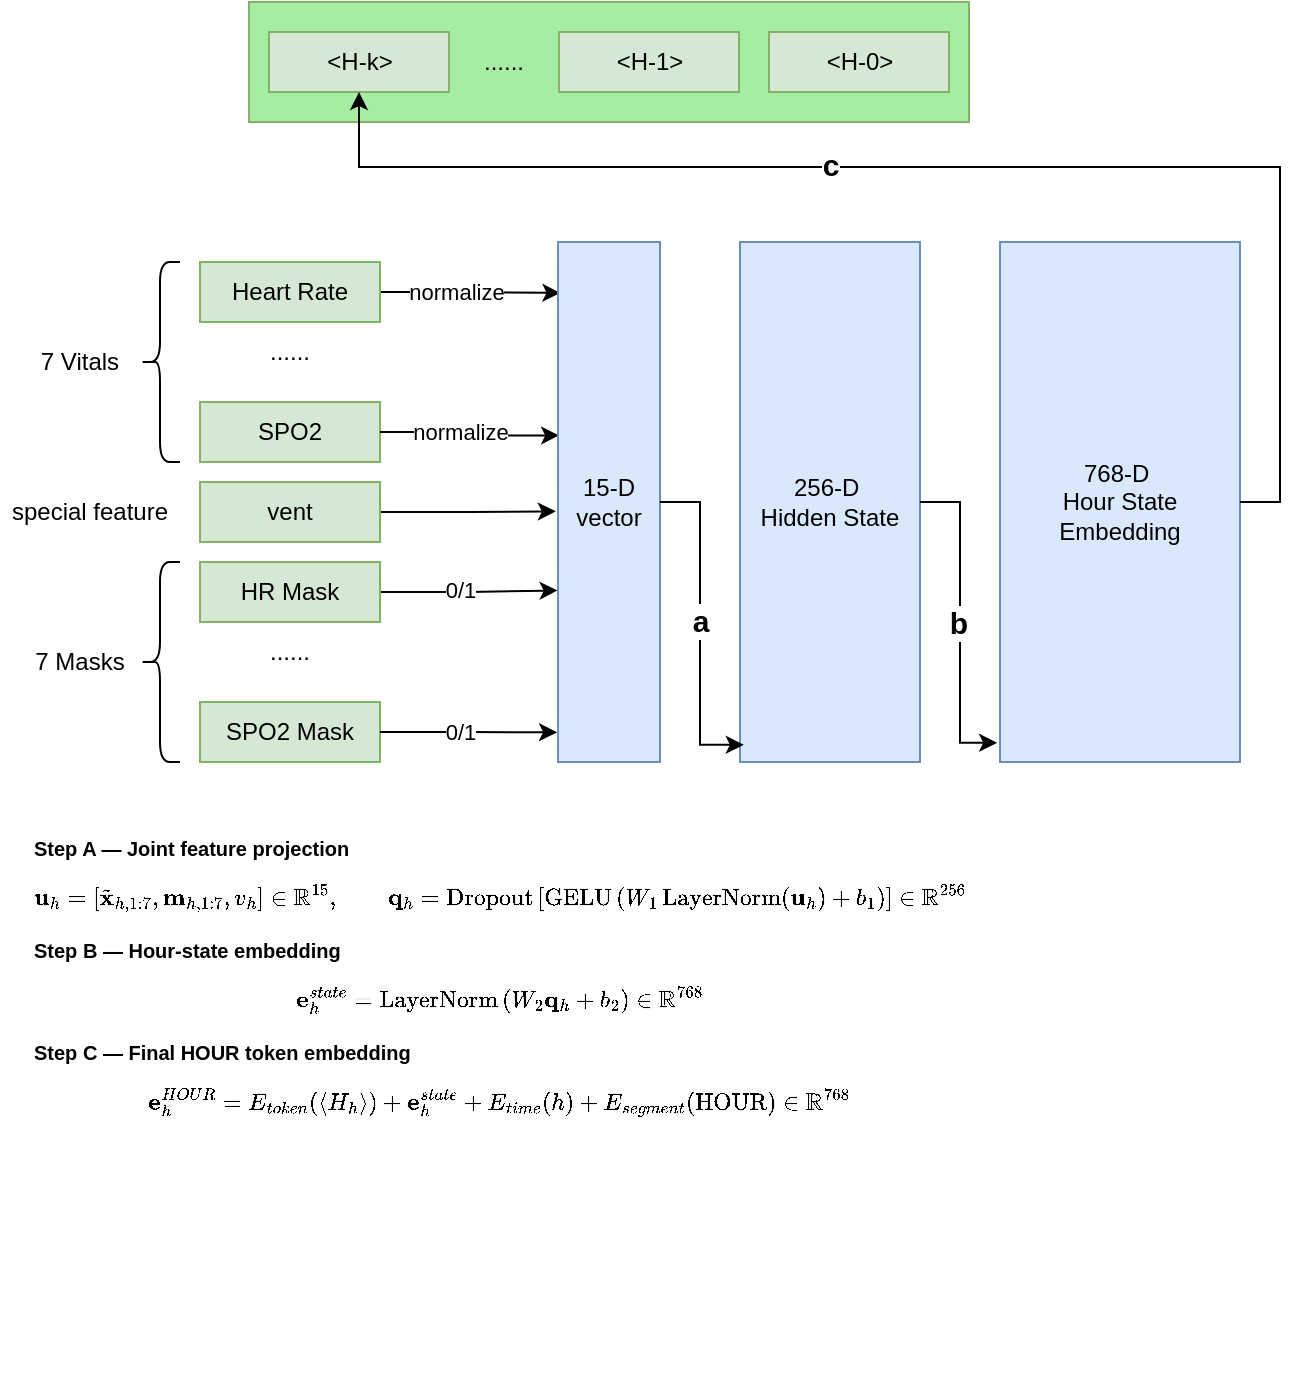
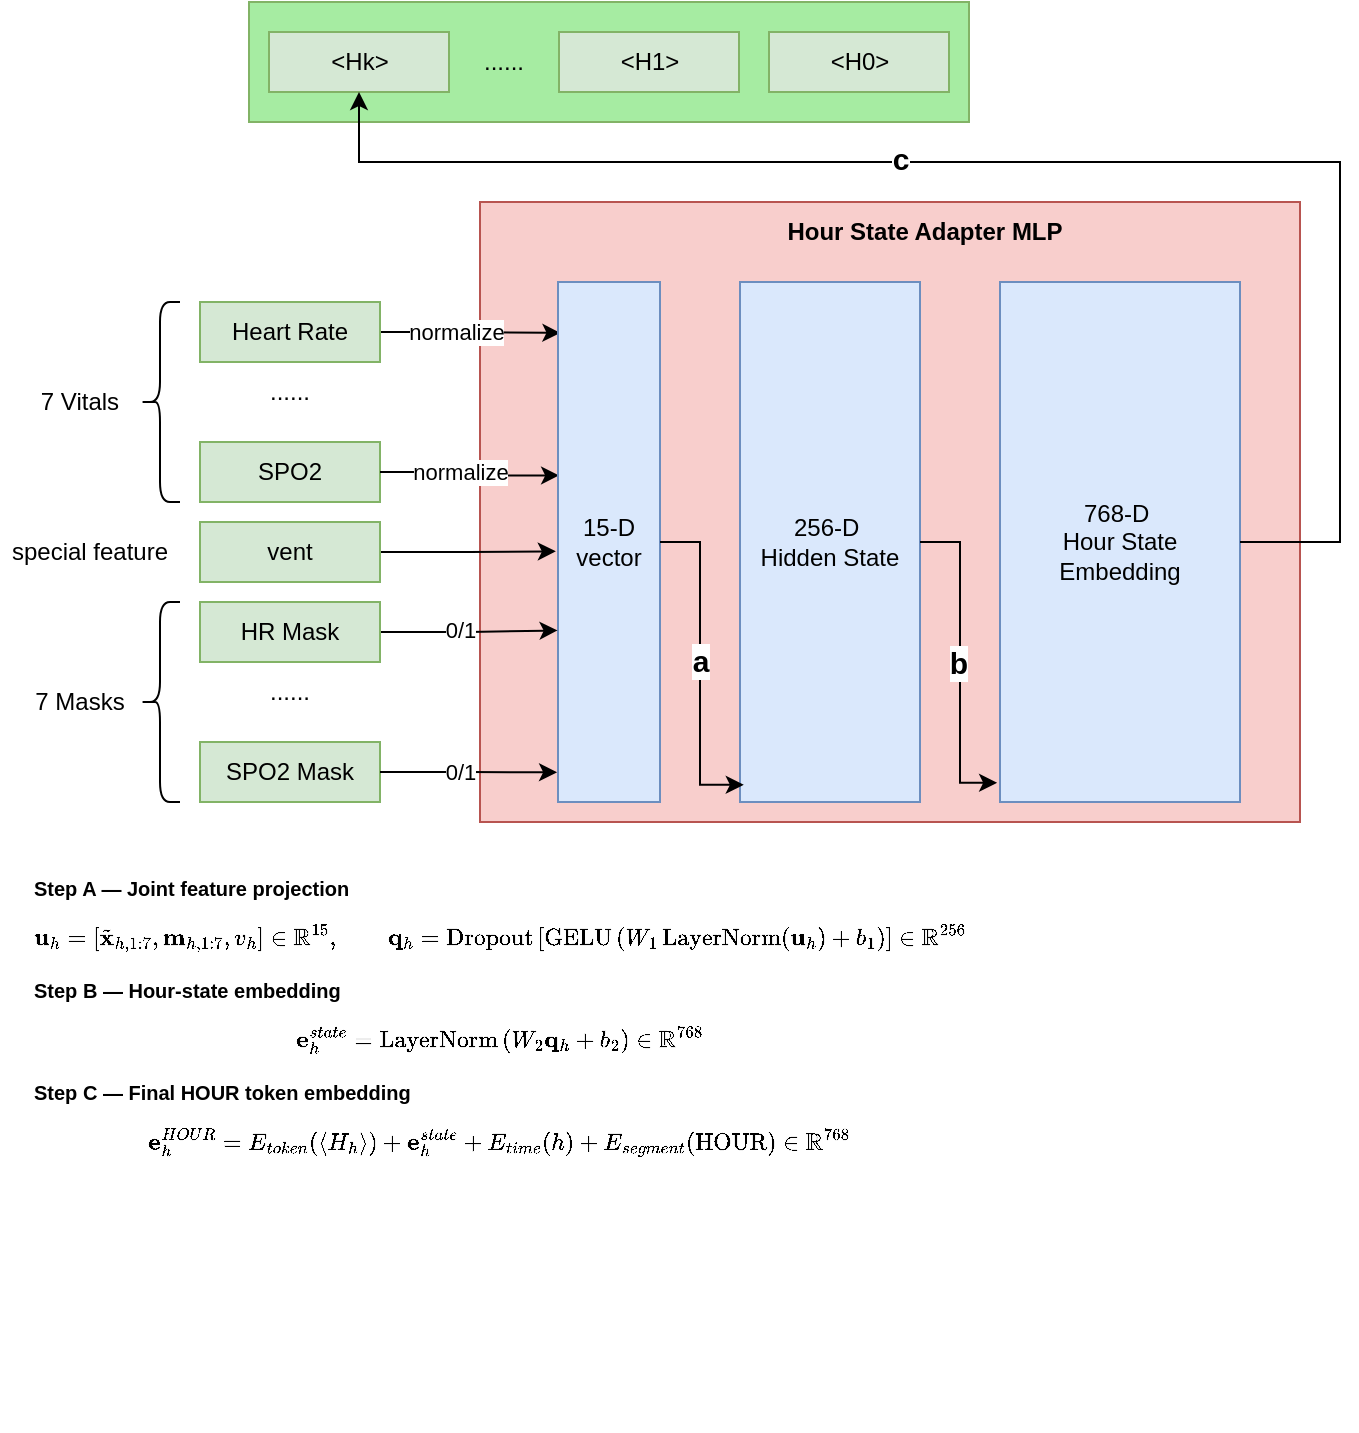
<mxfile host="app.diagrams.net">
  <diagram name="第 1 页" id="nAsU6gyC1mNvlDI-DRoH">
-     <mxGraphModel dx="1012" dy="647" grid="1" gridSize="10" guides="1" tooltips="1" connect="1" arrows="1" fold="1" page="1" pageScale="1" pageWidth="827" pageHeight="1169" math="1" shadow="0">
+     <mxGraphModel dx="344" dy="220" grid="1" gridSize="10" guides="1" tooltips="1" connect="1" arrows="1" fold="1" page="1" pageScale="1" pageWidth="827" pageHeight="1169" math="1" shadow="0">
      <root>
        <mxCell id="0" />
        <mxCell id="1" parent="0" />
+         <mxCell id="kKPQh_yyxQglyLtZ7Z46-71" parent="1" style="rounded=0;whiteSpace=wrap;html=1;fillColor=#f8cecc;strokeColor=#b85450;" value="" vertex="1">
+           <mxGeometry height="310" width="410" x="330" y="130" as="geometry" />
+         </mxCell>
        <mxCell id="kKPQh_yyxQglyLtZ7Z46-4" edge="1" parent="1" source="pDWxXRjlAIgQHcPaZFlJ-1" style="edgeStyle=orthogonalEdgeStyle;rounded=0;orthogonalLoop=1;jettySize=auto;html=1;exitX=1;exitY=0.5;exitDx=0;exitDy=0;entryX=0.024;entryY=0.098;entryDx=0;entryDy=0;entryPerimeter=0;" target="kKPQh_yyxQglyLtZ7Z46-21">
          <mxGeometry relative="1" as="geometry">
            <mxPoint x="380" y="195" as="targetPoint" />
          </mxGeometry>
        </mxCell>
        <mxCell id="kKPQh_yyxQglyLtZ7Z46-18" connectable="0" parent="kKPQh_yyxQglyLtZ7Z46-4" style="edgeLabel;html=1;align=center;verticalAlign=middle;resizable=0;points=[];" value="normalize" vertex="1">
          <mxGeometry relative="1" x="-0.6228" y="-1" as="geometry">
            <mxPoint x="21" y="-1" as="offset" />
          </mxGeometry>
        </mxCell>
        <mxCell id="pDWxXRjlAIgQHcPaZFlJ-1" parent="1" style="rounded=0;whiteSpace=wrap;html=1;fillColor=#d5e8d4;strokeColor=#82b366;" value="Heart Rate" vertex="1">
          <mxGeometry height="30" width="90" x="190" y="180" as="geometry" />
        </mxCell>
        <mxCell id="pDWxXRjlAIgQHcPaZFlJ-4" parent="1" style="rounded=0;whiteSpace=wrap;html=1;fillColor=#d5e8d4;strokeColor=#82b366;" value="SPO2" vertex="1">
          <mxGeometry height="30" width="90" x="190" y="250" as="geometry" />
        </mxCell>
        <mxCell id="kKPQh_yyxQglyLtZ7Z46-7" edge="1" parent="1" source="pDWxXRjlAIgQHcPaZFlJ-5" style="edgeStyle=orthogonalEdgeStyle;rounded=0;orthogonalLoop=1;jettySize=auto;html=1;exitX=1;exitY=0.5;exitDx=0;exitDy=0;entryX=-0.021;entryY=0.518;entryDx=0;entryDy=0;entryPerimeter=0;" target="kKPQh_yyxQglyLtZ7Z46-21">
          <mxGeometry relative="1" as="geometry">
            <mxPoint x="380" y="305" as="targetPoint" />
          </mxGeometry>
        </mxCell>
        <mxCell id="pDWxXRjlAIgQHcPaZFlJ-5" parent="1" style="rounded=0;whiteSpace=wrap;html=1;fillColor=#d5e8d4;strokeColor=#82b366;" value="vent" vertex="1">
          <mxGeometry height="30" width="90" x="190" y="290" as="geometry" />
        </mxCell>
        <mxCell id="pDWxXRjlAIgQHcPaZFlJ-6" parent="1" style="text;html=1;whiteSpace=wrap;strokeColor=none;fillColor=none;align=center;verticalAlign=middle;rounded=0;" value="......" vertex="1">
          <mxGeometry height="30" width="60" x="205" y="210" as="geometry" />
        </mxCell>
        <mxCell id="kKPQh_yyxQglyLtZ7Z46-5" edge="1" parent="1" source="pDWxXRjlAIgQHcPaZFlJ-4" style="edgeStyle=orthogonalEdgeStyle;rounded=0;orthogonalLoop=1;jettySize=auto;html=1;exitX=1;exitY=0.5;exitDx=0;exitDy=0;entryX=0.011;entryY=0.372;entryDx=0;entryDy=0;entryPerimeter=0;" target="kKPQh_yyxQglyLtZ7Z46-21">
          <mxGeometry relative="1" as="geometry">
            <Array as="points" />
            <mxPoint x="330" y="260" as="sourcePoint" />
            <mxPoint x="380" y="265" as="targetPoint" />
          </mxGeometry>
        </mxCell>
        <mxCell id="kKPQh_yyxQglyLtZ7Z46-13" parent="1" style="shape=curlyBracket;whiteSpace=wrap;html=1;rounded=1;labelPosition=left;verticalLabelPosition=middle;align=right;verticalAlign=middle;" value="" vertex="1">
          <mxGeometry height="100" width="20" x="160" y="180" as="geometry" />
        </mxCell>
        <mxCell id="kKPQh_yyxQglyLtZ7Z46-14" parent="1" style="text;html=1;whiteSpace=wrap;strokeColor=none;fillColor=none;align=center;verticalAlign=middle;rounded=0;" value="7 Vitals" vertex="1">
          <mxGeometry height="30" width="60" x="100" y="215" as="geometry" />
        </mxCell>
        <mxCell id="kKPQh_yyxQglyLtZ7Z46-19" connectable="0" parent="1" style="edgeLabel;html=1;align=center;verticalAlign=middle;resizable=0;points=[];" value="normalize" vertex="1">
          <mxGeometry x="320" y="265" as="geometry" />
        </mxCell>
        <mxCell id="kKPQh_yyxQglyLtZ7Z46-21" parent="1" style="rounded=0;whiteSpace=wrap;html=1;fillColor=#dae8fc;strokeColor=#6c8ebf;" value="15-D vector" vertex="1">
          <mxGeometry height="260" width="51" x="369" y="170" as="geometry" />
        </mxCell>
        <mxCell id="kKPQh_yyxQglyLtZ7Z46-22" edge="1" parent="1" source="kKPQh_yyxQglyLtZ7Z46-24" style="edgeStyle=orthogonalEdgeStyle;rounded=0;orthogonalLoop=1;jettySize=auto;html=1;exitX=1;exitY=0.5;exitDx=0;exitDy=0;entryX=-0.004;entryY=0.67;entryDx=0;entryDy=0;entryPerimeter=0;" target="kKPQh_yyxQglyLtZ7Z46-21">
          <mxGeometry relative="1" as="geometry">
            <mxPoint x="380" y="345" as="targetPoint" />
          </mxGeometry>
        </mxCell>
        <mxCell id="kKPQh_yyxQglyLtZ7Z46-30" connectable="0" parent="kKPQh_yyxQglyLtZ7Z46-22" style="edgeLabel;html=1;align=center;verticalAlign=middle;resizable=0;points=[];" value="0/1" vertex="1">
          <mxGeometry relative="1" x="-0.1137" y="1" as="geometry">
            <mxPoint as="offset" />
          </mxGeometry>
        </mxCell>
        <mxCell id="kKPQh_yyxQglyLtZ7Z46-24" parent="1" style="rounded=0;whiteSpace=wrap;html=1;fillColor=#d5e8d4;strokeColor=#82b366;" value="HR Mask" vertex="1">
          <mxGeometry height="30" width="90" x="190" y="330" as="geometry" />
        </mxCell>
        <mxCell id="kKPQh_yyxQglyLtZ7Z46-25" parent="1" style="rounded=0;whiteSpace=wrap;html=1;fillColor=#d5e8d4;strokeColor=#82b366;" value="SPO2 Mask" vertex="1">
          <mxGeometry height="30" width="90" x="190" y="400" as="geometry" />
        </mxCell>
        <mxCell id="kKPQh_yyxQglyLtZ7Z46-26" parent="1" style="text;html=1;whiteSpace=wrap;strokeColor=none;fillColor=none;align=center;verticalAlign=middle;rounded=0;" value="......" vertex="1">
          <mxGeometry height="30" width="60" x="205" y="360" as="geometry" />
        </mxCell>
        <mxCell id="kKPQh_yyxQglyLtZ7Z46-27" edge="1" parent="1" source="kKPQh_yyxQglyLtZ7Z46-25" style="edgeStyle=orthogonalEdgeStyle;rounded=0;orthogonalLoop=1;jettySize=auto;html=1;entryX=-0.009;entryY=0.943;entryDx=0;entryDy=0;exitX=1;exitY=0.5;exitDx=0;exitDy=0;entryPerimeter=0;" target="kKPQh_yyxQglyLtZ7Z46-21">
          <mxGeometry relative="1" as="geometry">
            <Array as="points" />
            <mxPoint x="330" y="410" as="sourcePoint" />
            <mxPoint x="380" y="415" as="targetPoint" />
          </mxGeometry>
        </mxCell>
        <mxCell id="kKPQh_yyxQglyLtZ7Z46-28" parent="1" style="shape=curlyBracket;whiteSpace=wrap;html=1;rounded=1;labelPosition=left;verticalLabelPosition=middle;align=right;verticalAlign=middle;" value="" vertex="1">
          <mxGeometry height="100" width="20" x="160" y="330" as="geometry" />
        </mxCell>
        <mxCell id="kKPQh_yyxQglyLtZ7Z46-29" connectable="0" parent="1" style="edgeLabel;html=1;align=center;verticalAlign=middle;resizable=0;points=[];" value="0/1" vertex="1">
          <mxGeometry x="320" y="415" as="geometry" />
        </mxCell>
        <mxCell id="kKPQh_yyxQglyLtZ7Z46-31" parent="1" style="text;html=1;whiteSpace=wrap;strokeColor=none;fillColor=none;align=center;verticalAlign=middle;rounded=0;" value="7 Masks" vertex="1">
          <mxGeometry height="30" width="60" x="100" y="365" as="geometry" />
        </mxCell>
        <mxCell id="kKPQh_yyxQglyLtZ7Z46-33" parent="1" style="text;html=1;whiteSpace=wrap;strokeColor=none;fillColor=none;align=center;verticalAlign=middle;rounded=0;" value="special feature" vertex="1">
          <mxGeometry height="30" width="90" x="90" y="290" as="geometry" />
        </mxCell>
        <mxCell id="kKPQh_yyxQglyLtZ7Z46-35" parent="1" style="rounded=0;whiteSpace=wrap;html=1;fillColor=#dae8fc;strokeColor=#6c8ebf;" value="256-D&amp;nbsp;&lt;div&gt;Hidden State&lt;/div&gt;" vertex="1">
          <mxGeometry height="260" width="90" x="460" y="170" as="geometry" />
        </mxCell>
        <mxCell id="kKPQh_yyxQglyLtZ7Z46-47" parent="1" style="rounded=0;whiteSpace=wrap;html=1;fillColor=#dae8fc;strokeColor=#6c8ebf;" value="768-D&amp;nbsp;&lt;div&gt;Hour State Embedding&lt;/div&gt;" vertex="1">
          <mxGeometry height="260" width="120" x="590" y="170" as="geometry" />
        </mxCell>
        <mxCell id="kKPQh_yyxQglyLtZ7Z46-48" edge="1" parent="1" source="kKPQh_yyxQglyLtZ7Z46-21" style="edgeStyle=orthogonalEdgeStyle;rounded=0;orthogonalLoop=1;jettySize=auto;html=1;entryX=0.021;entryY=0.967;entryDx=0;entryDy=0;entryPerimeter=0;" target="kKPQh_yyxQglyLtZ7Z46-35">
          <mxGeometry relative="1" as="geometry" />
        </mxCell>
        <mxCell id="kKPQh_yyxQglyLtZ7Z46-51" connectable="0" parent="kKPQh_yyxQglyLtZ7Z46-48" style="edgeLabel;html=1;align=center;verticalAlign=middle;resizable=0;points=[];" value="&lt;font style=&quot;font-size: 15px;&quot;&gt;&lt;b style=&quot;&quot;&gt;a&lt;/b&gt;&lt;/font&gt;" vertex="1">
          <mxGeometry relative="1" x="-0.0352" as="geometry">
            <mxPoint as="offset" />
          </mxGeometry>
        </mxCell>
        <mxCell id="kKPQh_yyxQglyLtZ7Z46-49" edge="1" parent="1" source="kKPQh_yyxQglyLtZ7Z46-35" style="edgeStyle=orthogonalEdgeStyle;rounded=0;orthogonalLoop=1;jettySize=auto;html=1;entryX=-0.012;entryY=0.963;entryDx=0;entryDy=0;entryPerimeter=0;" target="kKPQh_yyxQglyLtZ7Z46-47">
          <mxGeometry relative="1" as="geometry" />
        </mxCell>
        <mxCell id="kKPQh_yyxQglyLtZ7Z46-52" connectable="0" parent="kKPQh_yyxQglyLtZ7Z46-49" style="edgeLabel;html=1;align=center;verticalAlign=middle;resizable=0;points=[];" value="&lt;font style=&quot;font-size: 15px;&quot;&gt;&lt;b style=&quot;&quot;&gt;b&lt;/b&gt;&lt;/font&gt;" vertex="1">
          <mxGeometry relative="1" x="0.0013" y="-1" as="geometry">
            <mxPoint as="offset" />
          </mxGeometry>
        </mxCell>
        <mxCell id="kKPQh_yyxQglyLtZ7Z46-65" parent="1" style="text;html=1;whiteSpace=wrap;strokeColor=none;fillColor=none;align=left;verticalAlign=middle;rounded=0;" value="&lt;div style=&quot;line-height: 60%;&quot;&gt;&lt;h3 style=&quot;line-height: 60%;&quot;&gt;&lt;font style=&quot;font-size: 10px; line-height: 60%;&quot;&gt;Step A — Joint feature projection&lt;/font&gt;&lt;/h3&gt;&lt;font style=&quot;font-size: 10px;&quot;&gt;\[&lt;br&gt;\mathbf u_h=&lt;br&gt;[\tilde{\mathbf x}_{h,1:7},\mathbf m_{h,1:7},v_h]&lt;br&gt;\in\mathbb R^{15},&lt;br&gt;\qquad&lt;br&gt;\mathbf q_h=&lt;br&gt;\operatorname{Dropout}&lt;br&gt;\left[&lt;br&gt;\operatorname{GELU}&lt;br&gt;\left(&lt;br&gt;W_1\operatorname{LayerNorm}(\mathbf u_h)+b_1&lt;br&gt;\right)&lt;br&gt;\right]&lt;br&gt;\in\mathbb R^{256}&lt;br&gt;\]&lt;/font&gt;&lt;h3 style=&quot;line-height: 60%;&quot;&gt;&lt;font style=&quot;font-size: 10px; line-height: 60%;&quot;&gt;Step B — Hour-state embedding&lt;/font&gt;&lt;/h3&gt;&lt;font style=&quot;font-size: 10px;&quot;&gt;\[&lt;br&gt;\mathbf e_h^{state}&lt;br&gt;=&lt;br&gt;\operatorname{LayerNorm}&lt;br&gt;\left(&lt;br&gt;W_2\mathbf q_h+b_2&lt;br&gt;\right)&lt;br&gt;\in\mathbb R^{768}&lt;br&gt;\]&lt;/font&gt;&lt;h3 style=&quot;line-height: 60%;&quot;&gt;&lt;font style=&quot;font-size: 10px; line-height: 60%;&quot;&gt;Step C — Final HOUR token embedding&lt;/font&gt;&lt;/h3&gt;&lt;font style=&quot;font-size: 10px;&quot;&gt;\[&lt;br&gt;\mathbf e_h^{HOUR}&lt;br&gt;=&lt;br&gt;E_{token}(\langle H_h\rangle)&lt;br&gt;+&lt;br&gt;\mathbf e_h^{state}&lt;br&gt;+&lt;br&gt;E_{time}(h)&lt;br&gt;+&lt;br&gt;E_{segment}(\mathrm{HOUR})&lt;br&gt;\in\mathbb R^{768}&lt;br&gt;\]&lt;/font&gt;&lt;/div&gt;" vertex="1">
          <mxGeometry height="30" width="60" x="105" y="520" as="geometry" />
        </mxCell>
        <mxCell id="kKPQh_yyxQglyLtZ7Z46-67" connectable="0" parent="1" style="group" value="" vertex="1">
-           <mxGeometry height="60" width="360" x="214.5" y="50" as="geometry" />
+           <mxGeometry height="60" width="360" x="214.5" y="30" as="geometry" />
        </mxCell>
        <mxCell id="kKPQh_yyxQglyLtZ7Z46-58" parent="kKPQh_yyxQglyLtZ7Z46-67" style="rounded=0;whiteSpace=wrap;html=1;fillColor=light-dark(#a6eca2, #1f2f1e);strokeColor=#82b366;align=center;" value="" vertex="1">
          <mxGeometry height="60" width="360" as="geometry" />
        </mxCell>
-         <mxCell id="kKPQh_yyxQglyLtZ7Z46-59" parent="kKPQh_yyxQglyLtZ7Z46-67" style="rounded=0;whiteSpace=wrap;html=1;fillColor=#d5e8d4;strokeColor=#82b366;" value="&amp;lt;H-k&amp;gt;" vertex="1">
+         <mxCell id="kKPQh_yyxQglyLtZ7Z46-59" parent="kKPQh_yyxQglyLtZ7Z46-67" style="rounded=0;whiteSpace=wrap;html=1;fillColor=#d5e8d4;strokeColor=#82b366;" value="&amp;lt;Hk&amp;gt;" vertex="1">
          <mxGeometry height="30" width="90" x="10" y="15" as="geometry" />
        </mxCell>
-         <mxCell id="kKPQh_yyxQglyLtZ7Z46-60" parent="kKPQh_yyxQglyLtZ7Z46-67" style="rounded=0;whiteSpace=wrap;html=1;fillColor=#d5e8d4;strokeColor=#82b366;" value="&amp;lt;H-1&amp;gt;" vertex="1">
+         <mxCell id="kKPQh_yyxQglyLtZ7Z46-60" parent="kKPQh_yyxQglyLtZ7Z46-67" style="rounded=0;whiteSpace=wrap;html=1;fillColor=#d5e8d4;strokeColor=#82b366;" value="&amp;lt;H1&amp;gt;" vertex="1">
          <mxGeometry height="30" width="90" x="155" y="15" as="geometry" />
        </mxCell>
-         <mxCell id="kKPQh_yyxQglyLtZ7Z46-61" parent="kKPQh_yyxQglyLtZ7Z46-67" style="rounded=0;whiteSpace=wrap;html=1;fillColor=#d5e8d4;strokeColor=#82b366;" value="&amp;lt;H-0&amp;gt;" vertex="1">
+         <mxCell id="kKPQh_yyxQglyLtZ7Z46-61" parent="kKPQh_yyxQglyLtZ7Z46-67" style="rounded=0;whiteSpace=wrap;html=1;fillColor=#d5e8d4;strokeColor=#82b366;" value="&amp;lt;H0&amp;gt;" vertex="1">
          <mxGeometry height="30" width="90" x="260" y="15" as="geometry" />
        </mxCell>
        <mxCell id="kKPQh_yyxQglyLtZ7Z46-62" parent="kKPQh_yyxQglyLtZ7Z46-67" style="text;html=1;whiteSpace=wrap;strokeColor=none;fillColor=none;align=center;verticalAlign=middle;rounded=0;" value="......" vertex="1">
          <mxGeometry height="30" width="60" x="97" y="15" as="geometry" />
        </mxCell>
        <mxCell id="kKPQh_yyxQglyLtZ7Z46-63" edge="1" parent="1" source="kKPQh_yyxQglyLtZ7Z46-47" style="edgeStyle=orthogonalEdgeStyle;rounded=0;orthogonalLoop=1;jettySize=auto;html=1;entryX=0.5;entryY=1;entryDx=0;entryDy=0;exitX=1;exitY=0.5;exitDx=0;exitDy=0;" target="kKPQh_yyxQglyLtZ7Z46-59">
-           <mxGeometry relative="1" as="geometry" />
+           <mxGeometry relative="1" as="geometry">
+             <Array as="points">
+               <mxPoint x="760" y="300" />
+               <mxPoint x="760" y="110" />
+               <mxPoint x="269" y="110" />
+             </Array>
+           </mxGeometry>
        </mxCell>
        <mxCell id="kKPQh_yyxQglyLtZ7Z46-70" connectable="0" parent="kKPQh_yyxQglyLtZ7Z46-63" style="edgeLabel;html=1;align=center;verticalAlign=middle;resizable=0;points=[];" value="&lt;font style=&quot;font-size: 15px;&quot;&gt;&lt;b&gt;c&lt;/b&gt;&lt;/font&gt;" vertex="1">
          <mxGeometry relative="1" x="0.1949" as="geometry">
            <mxPoint x="-3" y="-2" as="offset" />
          </mxGeometry>
        </mxCell>
+         <mxCell id="kKPQh_yyxQglyLtZ7Z46-72" parent="1" style="text;html=1;whiteSpace=wrap;strokeColor=none;fillColor=none;align=center;verticalAlign=middle;rounded=0;" value="&lt;b&gt;Hour State Adapter MLP&lt;/b&gt;" vertex="1">
+           <mxGeometry height="30" width="165" x="470" y="130" as="geometry" />
+         </mxCell>
      </root>
    </mxGraphModel>
  </diagram>
</mxfile>
